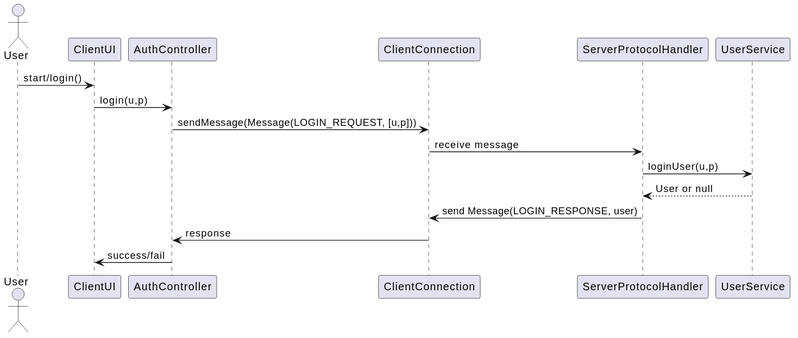
This is docs/images/sequence_login.svg from duydo11/auction-system-cua-hai-giang-duy-va-beo, a PlantUML export, as it was before one commit.
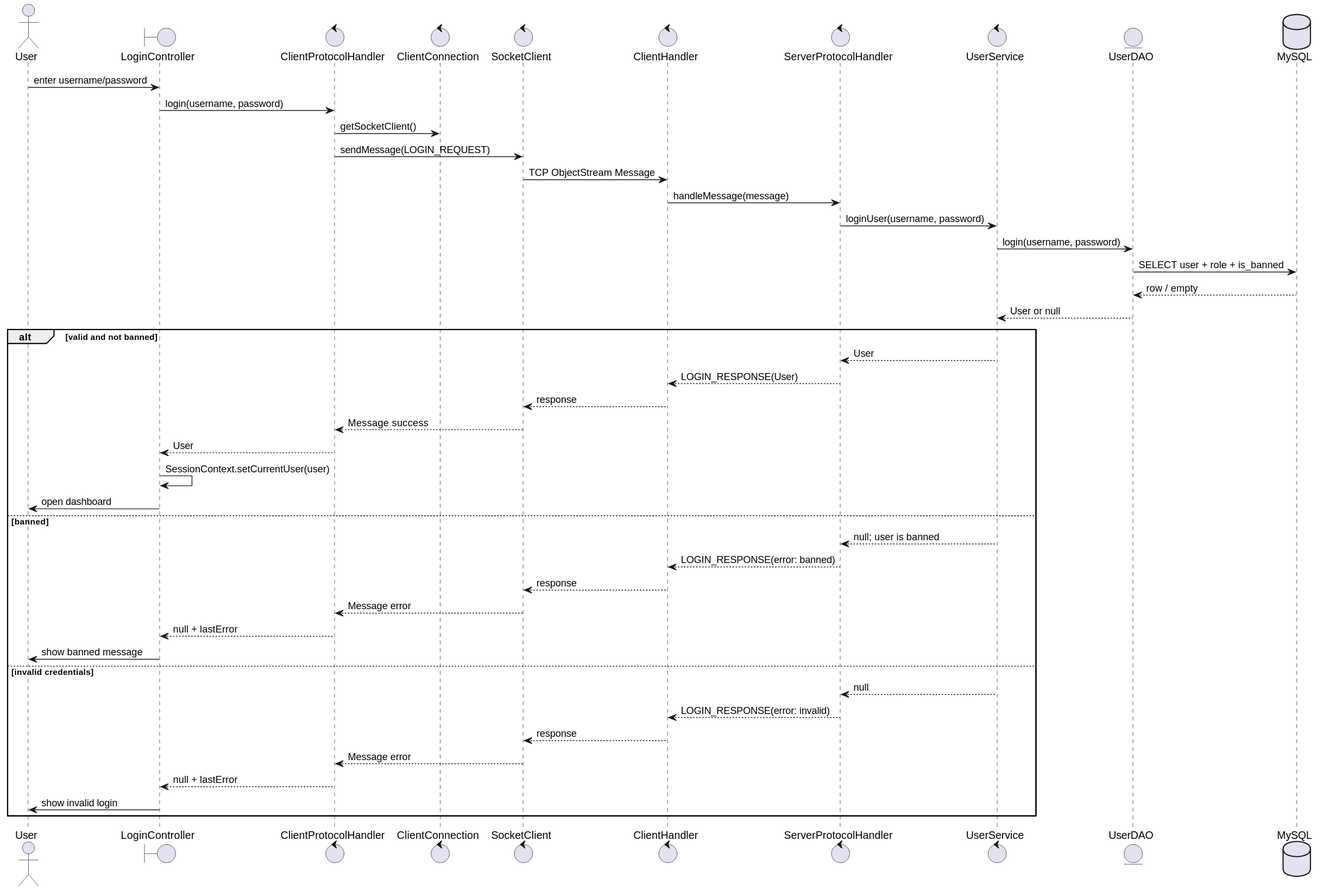
After the change.

Change to the diagram source:
```diff
@@ -1,18 +1,48 @@
 @startuml
 actor User
-participant ClientUI
-participant AuthController
-participant ClientConnection
-participant ServerProtocolHandler
-participant UserService
+boundary "LoginController" as LC
+control "ClientProtocolHandler" as CPH
+control "ClientConnection" as CC
+control "SocketClient" as SC
+control "ClientHandler" as CH
+control "ServerProtocolHandler" as SPH
+control "UserService" as US
+entity "UserDAO" as DAO
+database "MySQL" as DB
 
-User -> ClientUI: start/login()
-ClientUI -> AuthController: login(u,p)
-AuthController -> ClientConnection: sendMessage(Message(LOGIN_REQUEST, [u,p]))
-ClientConnection -> ServerProtocolHandler: receive message
-ServerProtocolHandler -> UserService: loginUser(u,p)
-UserService --> ServerProtocolHandler: User or null
-ServerProtocolHandler -> ClientConnection: send Message(LOGIN_RESPONSE, user)
-ClientConnection -> AuthController: response
-AuthController -> ClientUI: success/fail
+User -> LC: enter username/password
+LC -> CPH: login(username, password)
+CPH -> CC: getSocketClient()
+CPH -> SC: sendMessage(LOGIN_REQUEST)
+SC -> CH: TCP ObjectStream Message
+CH -> SPH: handleMessage(message)
+SPH -> US: loginUser(username, password)
+US -> DAO: login(username, password)
+DAO -> DB: SELECT user + role + is_banned
+DB --> DAO: row / empty
+DAO --> US: User or null
+
+alt valid and not banned
+  US --> SPH: User
+  SPH --> CH: LOGIN_RESPONSE(User)
+  CH --> SC: response
+  SC --> CPH: Message success
+  CPH --> LC: User
+  LC -> LC: SessionContext.setCurrentUser(user)
+  LC -> User: open dashboard
+else banned
+  US --> SPH: null; user is banned
+  SPH --> CH: LOGIN_RESPONSE(error: banned)
+  CH --> SC: response
+  SC --> CPH: Message error
+  CPH --> LC: null + lastError
+  LC -> User: show banned message
+else invalid credentials
+  US --> SPH: null
+  SPH --> CH: LOGIN_RESPONSE(error: invalid)
+  CH --> SC: response
+  SC --> CPH: Message error
+  CPH --> LC: null + lastError
+  LC -> User: show invalid login
+end
 @enduml
```
